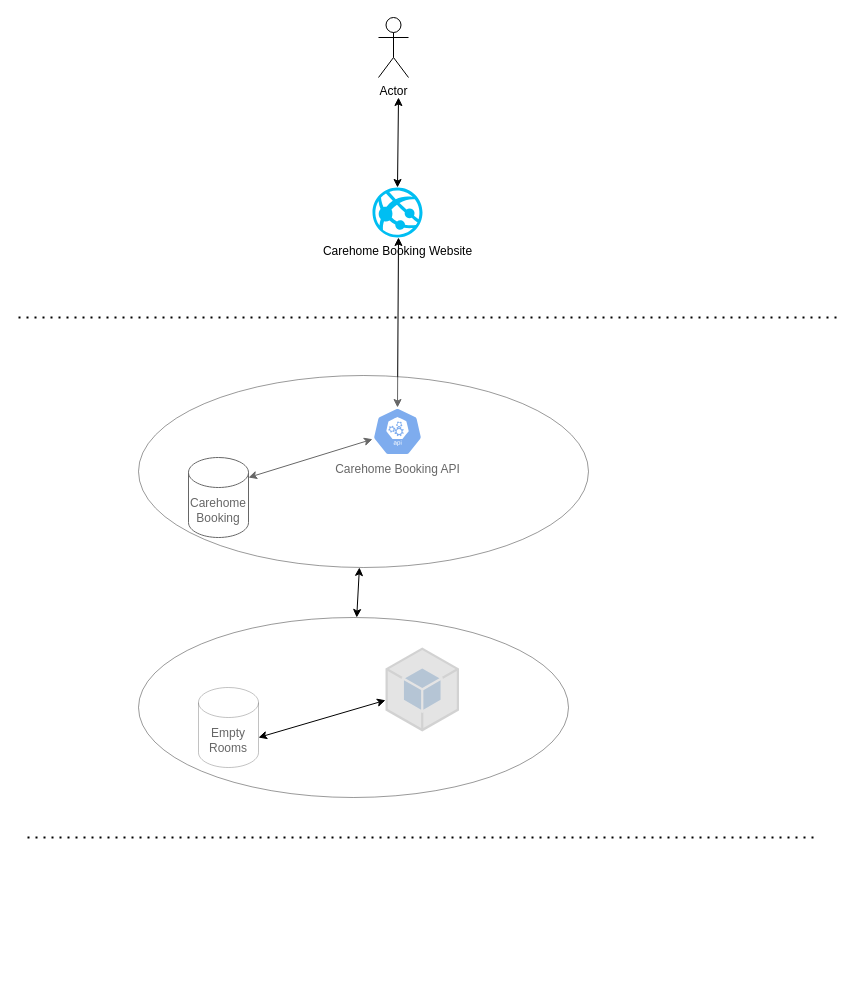
Before: CarehomeBookingOverview.drawio in mattwatts36/drawings, a draw.io diagram. Source tidied: cells renumbered, new cells numbered last; positions are measured from the earlier drawing's top-left corner, leaving out a move shared by most shapes. Both pictures are drawn from the tidied source at 100%, with x=0, y=0 at pixel (18, 17).
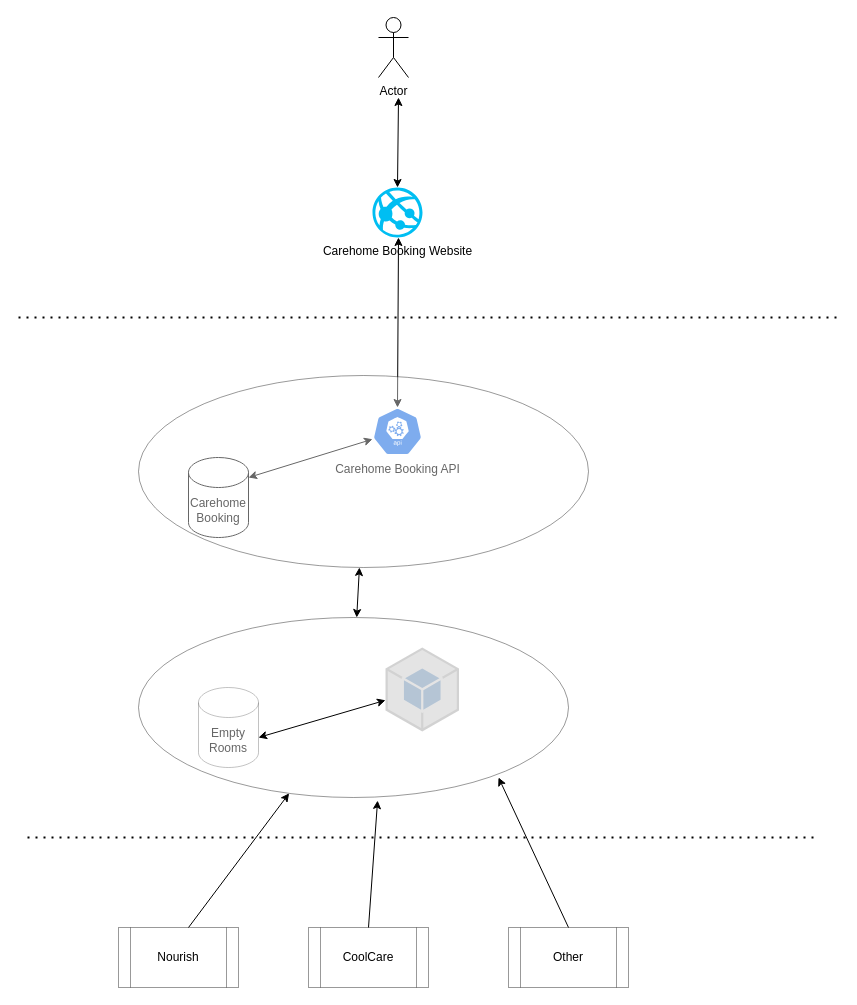
The same diagram, later.

Commit message:
Added Coolcare and Nourish

The change refers to these unchanged cells:
```xml
<mxCell id="15" style="ellipse;whiteSpace=wrap;html=1;opacity=40;" parent="1" vertex="1">
  <mxGeometry x="120" y="600" width="430" height="180" as="geometry" />
</mxCell>
```

Diff of the diagram source:
```diff
@@
+    <mxCell id="17" value="Nourish" style="shape=process;whiteSpace=wrap;html=1;backgroundOutline=1;opacity=40;" parent="1" vertex="1">
+      <mxGeometry x="100" y="910" width="120" height="60" as="geometry" />
+    </mxCell>
+    <mxCell id="18" value="CoolCare" style="shape=process;whiteSpace=wrap;html=1;backgroundOutline=1;opacity=40;" parent="1" vertex="1">
+      <mxGeometry x="290" y="910" width="120" height="60" as="geometry" />
+    </mxCell>
+    <mxCell id="19" value="Other" style="shape=process;whiteSpace=wrap;html=1;backgroundOutline=1;opacity=40;" parent="1" vertex="1">
+      <mxGeometry x="490" y="910" width="120" height="60" as="geometry" />
+    </mxCell>
+    <mxCell id="20" style="endArrow=classic;html=1;rounded=0;" parent="1" edge="1" target="15">
+      <mxGeometry relative="1" as="geometry">
+        <mxPoint x="170" y="910" as="sourcePoint" />
+      </mxGeometry>
+    </mxCell>
+    <mxCell id="21" style="endArrow=classic;html=1;rounded=0;entryX=0.556;entryY=1.017;entryDx=0;entryDy=0;entryPerimeter=0;" parent="1" edge="1" target="15">
+      <mxGeometry relative="1" as="geometry">
+        <mxPoint x="350" y="910" as="sourcePoint" />
+      </mxGeometry>
+    </mxCell>
+    <mxCell id="22" style="endArrow=classic;html=1;rounded=0;exitX=0.5;exitY=0;exitDx=0;exitDy=0;" parent="1" edge="1" source="19">
+      <mxGeometry relative="1" as="geometry">
+        <mxPoint x="480" y="760" as="targetPoint" />
+      </mxGeometry>
+    </mxCell>
```
